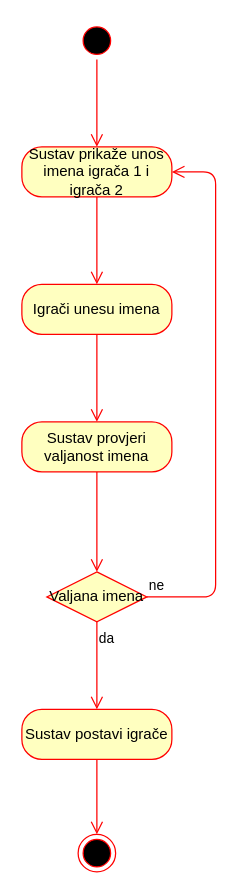
This is page "Activity: unos igrača" (2 of 5) of dijagram.drawio from LauraMemedovic/connect-four, a draw.io file, before an edit. Source tidied: cells renumbered, new cells numbered last; positions are measured from the earlier drawing's top-left corner, leaving out a move shared by most shapes. Both pictures are drawn from the tidied source at 125%, with x=0, y=0 at pixel (21, 21).
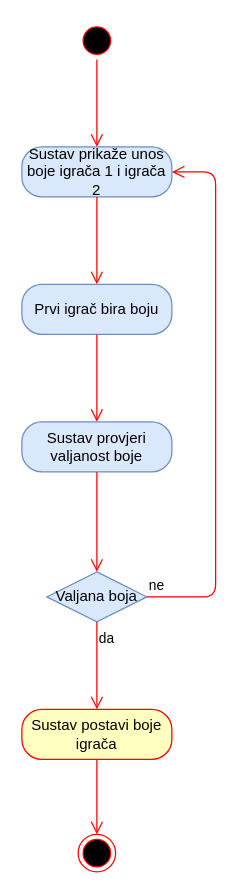
Above is the later version.

Change to the diagram source:
```diff
@@
 <mxGraphModel>
   <root>
     <mxCell id="0" />
     <mxCell id="1" parent="0" />
-    <mxCell id="2" value="Sustav prikaže unos imena igrača 1 i igrača 2" style="rounded=1;whiteSpace=wrap;html=1;arcSize=40;fontColor=#000000;fillColor=#ffffc0;strokeColor=#ff0000;" parent="1" vertex="1">
+    <mxCell id="2" value="Sustav prikaže unos boje igrača 1 i igrača 2" style="rounded=1;whiteSpace=wrap;html=1;arcSize=40;fillColor=#dae8fc;strokeColor=#6c8ebf;" parent="1" vertex="1">
       <mxGeometry y="100" width="120" height="40" as="geometry" />
     </mxCell>
     <mxCell id="3" style="edgeStyle=orthogonalEdgeStyle;html=1;verticalAlign=bottom;endArrow=open;endSize=8;strokeColor=#ff0000;entryX=0.5;entryY=0;entryDx=0;entryDy=0;" parent="1" edge="1" source="2" target="6">
       <mxGeometry relative="1" as="geometry" />
     </mxCell>
     <mxCell id="4" style="ellipse;html=1;shape=startState;fillColor=#000000;strokeColor=#ff0000;" parent="1" vertex="1">
       <mxGeometry x="45" width="30" height="30" as="geometry" />
     </mxCell>
     <mxCell id="5" style="edgeStyle=orthogonalEdgeStyle;html=1;verticalAlign=bottom;endArrow=open;endSize=8;strokeColor=#ff0000;entryX=0.5;entryY=0;entryDx=0;entryDy=0;" parent="1" edge="1" source="4" target="2">
       <mxGeometry relative="1" as="geometry" />
     </mxCell>
-    <mxCell id="6" value="Igrači unesu imena" style="rounded=1;whiteSpace=wrap;html=1;arcSize=40;fontColor=#000000;fillColor=#ffffc0;strokeColor=#ff0000;" parent="1" vertex="1">
+    <mxCell id="6" value="Prvi igrač bira boju" style="rounded=1;whiteSpace=wrap;html=1;arcSize=40;fillColor=#dae8fc;strokeColor=#6c8ebf;" parent="1" vertex="1">
       <mxGeometry y="210" width="120" height="40" as="geometry" />
     </mxCell>
     <mxCell id="7" style="edgeStyle=orthogonalEdgeStyle;html=1;verticalAlign=bottom;endArrow=open;endSize=8;strokeColor=#ff0000;entryX=0.5;entryY=0;entryDx=0;entryDy=0;" parent="1" edge="1" source="6" target="8">
       <mxGeometry relative="1" as="geometry" />
     </mxCell>
-    <mxCell id="8" value="Sustav provjeri valjanost imena" style="rounded=1;whiteSpace=wrap;html=1;arcSize=40;fontColor=#000000;fillColor=#ffffc0;strokeColor=#ff0000;" parent="1" vertex="1">
+    <mxCell id="8" value="Sustav provjeri valjanost boje" style="rounded=1;whiteSpace=wrap;html=1;arcSize=40;fillColor=#dae8fc;strokeColor=#6c8ebf;" parent="1" vertex="1">
       <mxGeometry y="320" width="120" height="40" as="geometry" />
     </mxCell>
     <mxCell id="9" style="edgeStyle=orthogonalEdgeStyle;html=1;verticalAlign=bottom;endArrow=open;endSize=8;strokeColor=#ff0000;entryX=0.5;entryY=0;entryDx=0;entryDy=0;" parent="1" edge="1" source="8" target="10">
       <mxGeometry relative="1" as="geometry" />
     </mxCell>
-    <mxCell id="10" value="Valjana imena" style="rhombus;whiteSpace=wrap;html=1;fillColor=#ffffc0;strokeColor=#ff0000;" parent="1" vertex="1">
+    <mxCell id="10" value="Valjana boja" style="rhombus;whiteSpace=wrap;html=1;fillColor=#dae8fc;strokeColor=#6c8ebf;" parent="1" vertex="1">
       <mxGeometry x="20" y="440" width="80" height="40" as="geometry" />
     </mxCell>
     <mxCell id="11" value="ne" style="edgeStyle=orthogonalEdgeStyle;html=1;align=left;verticalAlign=bottom;endArrow=open;endSize=8;strokeColor=#ff0000;entryX=1;entryY=0.5;entryDx=0;entryDy=0;" parent="1" edge="1" source="10" target="2">
       <mxGeometry x="-1" relative="1" as="geometry">
         <Array as="points">
           <mxPoint x="155" y="460" />
           <mxPoint x="155" y="120" />
         </Array>
       </mxGeometry>
     </mxCell>
     <mxCell id="12" value="da" style="edgeStyle=orthogonalEdgeStyle;html=1;align=left;verticalAlign=top;endArrow=open;endSize=8;strokeColor=#ff0000;entryX=0.5;entryY=0;entryDx=0;entryDy=0;" parent="1" edge="1" source="10" target="13">
       <mxGeometry x="-1" relative="1" as="geometry" />
     </mxCell>
-    <mxCell id="13" value="Sustav postavi igrače" style="rounded=1;whiteSpace=wrap;html=1;arcSize=40;fontColor=#000000;fillColor=#ffffc0;strokeColor=#ff0000;" parent="1" vertex="1">
+    <mxCell id="13" value="Sustav postavi boje igrača" style="rounded=1;whiteSpace=wrap;html=1;arcSize=40;fontColor=#000000;fillColor=#ffffc0;strokeColor=#ff0000;" parent="1" vertex="1">
       <mxGeometry y="550" width="120" height="40" as="geometry" />
     </mxCell>
     <mxCell id="14" style="edgeStyle=orthogonalEdgeStyle;html=1;verticalAlign=bottom;endArrow=open;endSize=8;strokeColor=#ff0000;entryX=0.5;entryY=0;entryDx=0;entryDy=0;" parent="1" edge="1" source="13" target="15">
       <mxGeometry relative="1" as="geometry" />
     </mxCell>
     <mxCell id="15" style="ellipse;html=1;shape=endState;fillColor=#000000;strokeColor=#ff0000;" parent="1" vertex="1">
       <mxGeometry x="45" y="650" width="30" height="30" as="geometry" />
     </mxCell>
   </root>
 </mxGraphModel>
```
